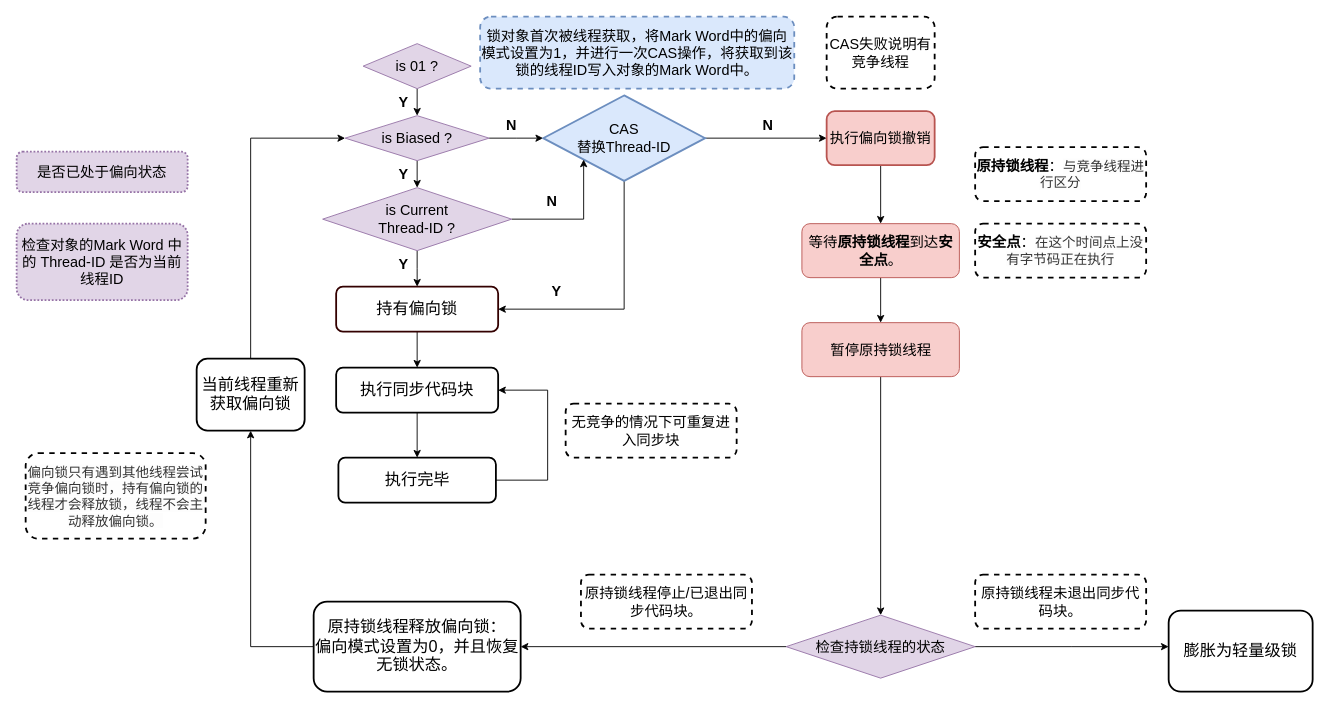
LamentWy/pic-repo keeps this draw.io diagram as Biased Lock Diagram.drawio. Above is the earlier version. Source tidied: cells renumbered, new cells numbered last; positions are measured from the earlier drawing's top-left corner, leaving out a move shared by most shapes. Both pictures are drawn from the tidied source at 90%, with x=0, y=0 at pixel (16, 16).
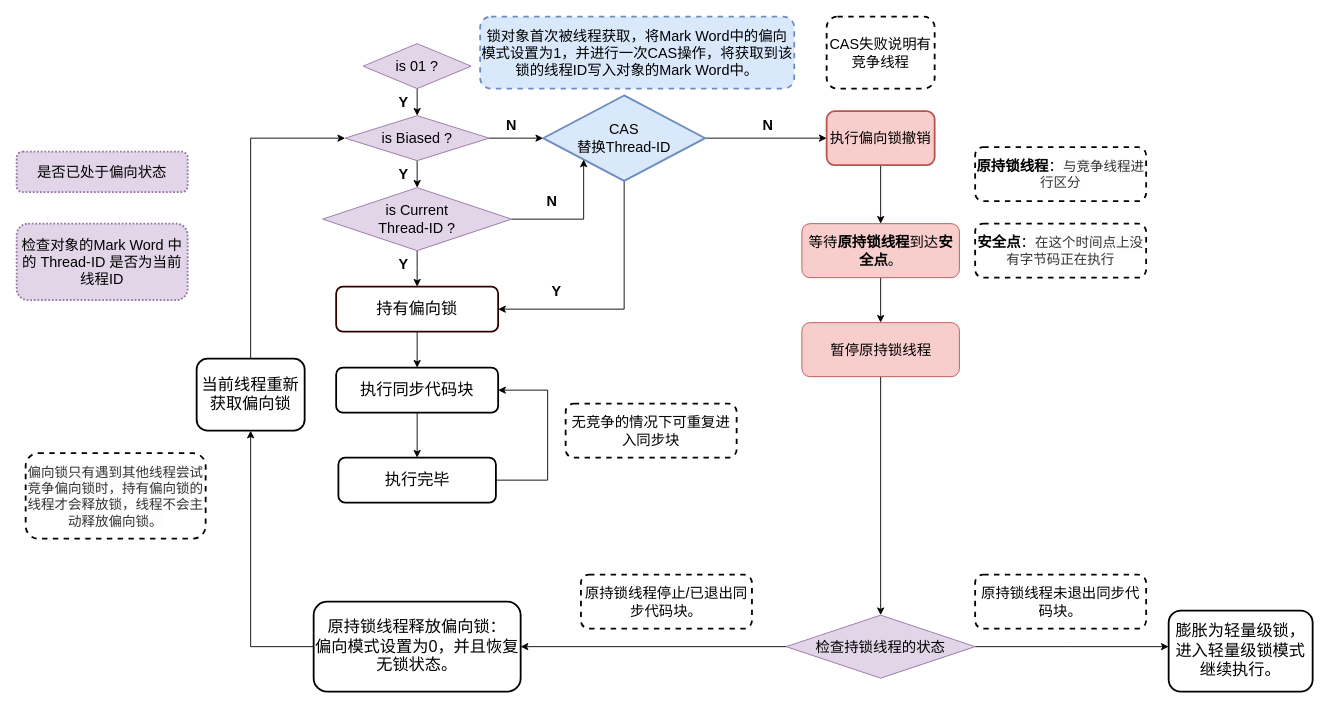
After the change.

Diff of the diagram source:
```diff
@@
-    <mxCell id="49" value="&lt;span style=&quot;font-size: 18px&quot;&gt;膨胀为轻量级锁&lt;br&gt;&lt;/span&gt;" style="rounded=1;whiteSpace=wrap;html=1;strokeWidth=2;" parent="1" vertex="1">
+    <mxCell id="49" value="&lt;span style=&quot;font-size: 18px&quot;&gt;膨胀为轻量级锁，进入轻量级锁模式继续执行。&lt;br&gt;&lt;/span&gt;" style="rounded=1;whiteSpace=wrap;html=1;strokeWidth=2;" parent="1" vertex="1">
       <mxGeometry x="1280" y="660" width="160" height="90" as="geometry" />
     </mxCell>
```
